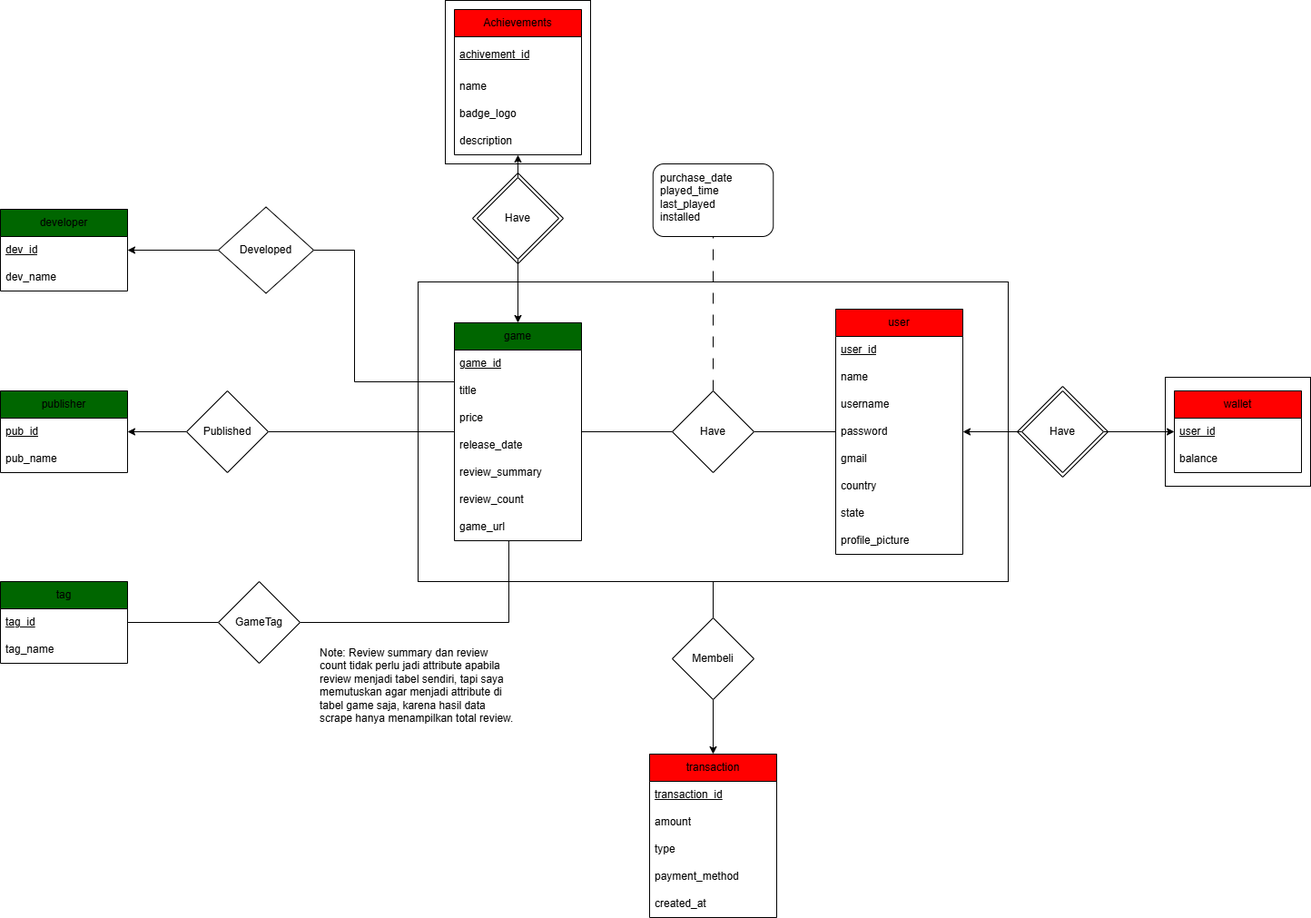
Before: Data Storing/design/ERD.drawio.png, a diagram exported from draw.io (Jerannn24/Seleksi-2026-Tugas-1). Source tidied: cells renumbered, new cells last; positions are measured from the earlier drawing's top-left corner, leaving out a move shared by most shapes.
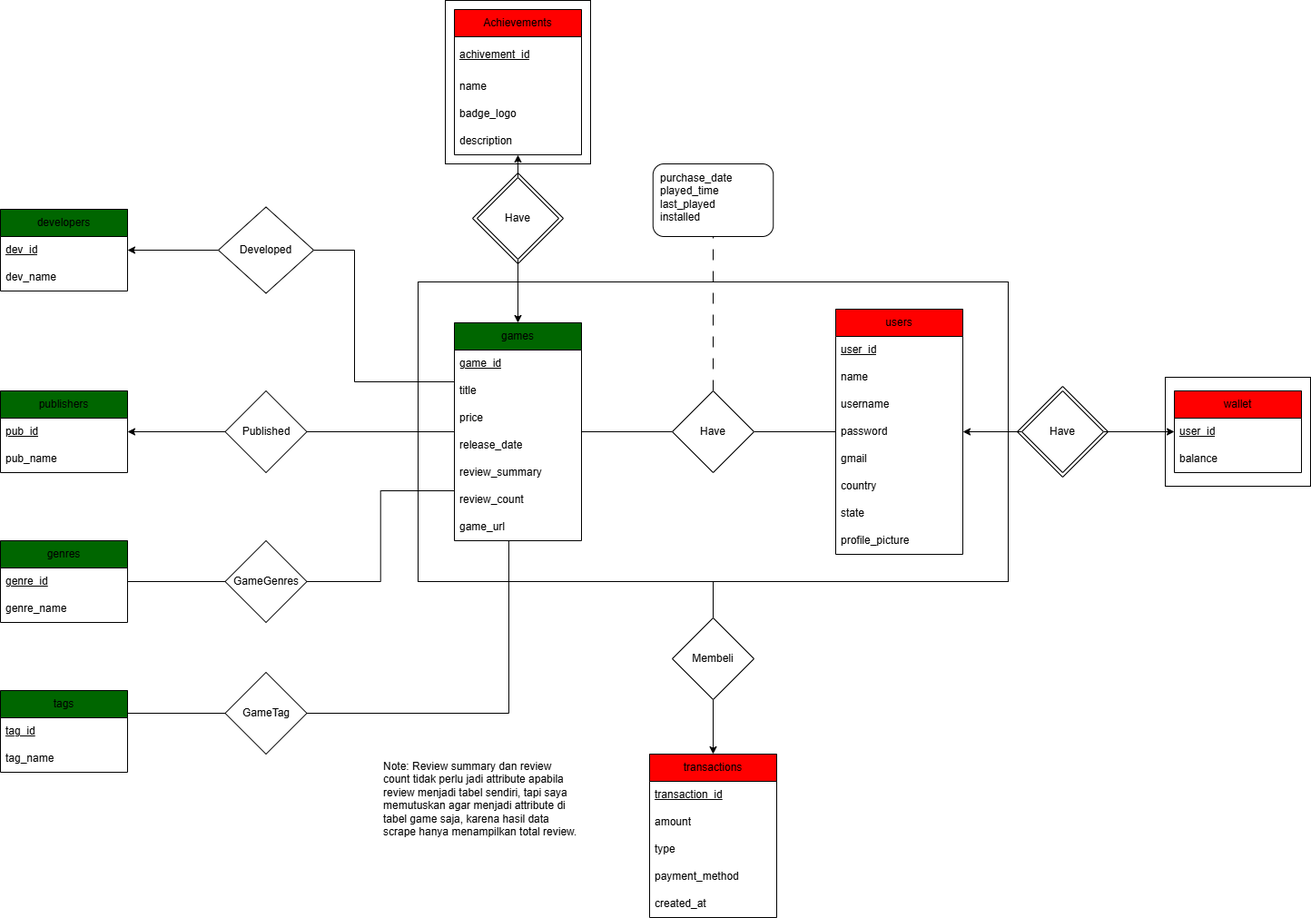
After the commit.

The edit, as a diff of the source:
```diff
@@ -17,7 +17,7 @@
     <mxCell id="6" style="rounded=0;whiteSpace=wrap;html=1;" parent="1" vertex="1">
       <mxGeometry x="460" y="310" width="650" height="330" as="geometry" />
     </mxCell>
-    <mxCell id="7" value="game" style="swimlane;fontStyle=0;horizontal=1;startSize=30;whiteSpace=wrap;html=1;fillColor=light-dark(#006600,#006600);fontColor=default;" parent="1" vertex="1">
+    <mxCell id="7" value="games" style="swimlane;fontStyle=0;horizontal=1;startSize=30;whiteSpace=wrap;html=1;fillColor=light-dark(#006600,#006600);fontColor=default;" parent="1" vertex="1">
       <mxGeometry x="500" y="355" width="140" height="240" as="geometry" />
     </mxCell>
     <mxCell id="8" value="&lt;u&gt;game_id&lt;/u&gt;" style="text;strokeColor=none;fillColor=none;align=left;verticalAlign=middle;spacingLeft=4;spacingRight=4;overflow=hidden;whiteSpace=wrap;html=1;" parent="7" vertex="1">
@@ -41,7 +41,7 @@
     <mxCell id="14" value="game_url" style="text;strokeColor=none;fillColor=none;align=left;verticalAlign=middle;spacingLeft=4;spacingRight=4;overflow=hidden;whiteSpace=wrap;html=1;" parent="7" vertex="1">
       <mxGeometry y="210" width="140" height="30" as="geometry" />
     </mxCell>
-    <mxCell id="15" value="developer" style="swimlane;fontStyle=0;horizontal=1;startSize=30;whiteSpace=wrap;html=1;fillColor=light-dark(#006600,#006600);" parent="1" vertex="1">
+    <mxCell id="15" value="developers" style="swimlane;fontStyle=0;horizontal=1;startSize=30;whiteSpace=wrap;html=1;fillColor=light-dark(#006600,#006600);" parent="1" vertex="1">
       <mxGeometry y="230" width="140" height="90" as="geometry" />
     </mxCell>
     <mxCell id="16" value="&lt;u&gt;dev_id&lt;/u&gt;" style="text;strokeColor=none;fillColor=none;align=left;verticalAlign=middle;spacingLeft=4;spacingRight=4;overflow=hidden;whiteSpace=wrap;html=1;" parent="15" vertex="1">
@@ -50,7 +50,7 @@
     <mxCell id="17" value="dev_name" style="text;strokeColor=none;fillColor=none;align=left;verticalAlign=middle;spacingLeft=4;spacingRight=4;overflow=hidden;whiteSpace=wrap;html=1;" parent="15" vertex="1">
       <mxGeometry y="60" width="140" height="30" as="geometry" />
     </mxCell>
-    <mxCell id="18" value="publisher" style="swimlane;fontStyle=0;horizontal=1;startSize=30;whiteSpace=wrap;html=1;fillColor=light-dark(#006600,#006600);" parent="1" vertex="1">
+    <mxCell id="18" value="publishers" style="swimlane;fontStyle=0;horizontal=1;startSize=30;whiteSpace=wrap;html=1;fillColor=light-dark(#006600,#006600);" parent="1" vertex="1">
       <mxGeometry y="430" width="140" height="90" as="geometry" />
     </mxCell>
     <mxCell id="19" value="&lt;u&gt;pub_id&lt;/u&gt;" style="text;strokeColor=none;fillColor=none;align=left;verticalAlign=middle;spacingLeft=4;spacingRight=4;overflow=hidden;whiteSpace=wrap;html=1;" parent="18" vertex="1">
@@ -59,8 +59,8 @@
     <mxCell id="20" value="pub_name" style="text;strokeColor=none;fillColor=none;align=left;verticalAlign=middle;spacingLeft=4;spacingRight=4;overflow=hidden;whiteSpace=wrap;html=1;" parent="18" vertex="1">
       <mxGeometry y="60" width="140" height="30" as="geometry" />
     </mxCell>
-    <mxCell id="21" value="tag" style="swimlane;fontStyle=0;horizontal=1;startSize=30;whiteSpace=wrap;html=1;fillColor=light-dark(#006600,#006600);" parent="1" vertex="1">
-      <mxGeometry y="640" width="140" height="90" as="geometry" />
+    <mxCell id="21" value="tags" style="swimlane;fontStyle=0;horizontal=1;startSize=30;whiteSpace=wrap;html=1;fillColor=light-dark(#006600,#006600);" parent="1" vertex="1">
+      <mxGeometry y="760" width="140" height="90" as="geometry" />
     </mxCell>
     <mxCell id="22" value="&lt;u&gt;tag_id&lt;/u&gt;" style="text;strokeColor=none;fillColor=none;align=left;verticalAlign=middle;spacingLeft=4;spacingRight=4;overflow=hidden;whiteSpace=wrap;html=1;" parent="21" vertex="1">
       <mxGeometry y="30" width="140" height="30" as="geometry" />
@@ -68,7 +68,7 @@
     <mxCell id="23" value="tag_name" style="text;strokeColor=none;fillColor=none;align=left;verticalAlign=middle;spacingLeft=4;spacingRight=4;overflow=hidden;whiteSpace=wrap;html=1;" parent="21" vertex="1">
       <mxGeometry y="60" width="140" height="30" as="geometry" />
     </mxCell>
-    <mxCell id="24" value="user" style="swimlane;fontStyle=0;horizontal=1;startSize=30;whiteSpace=wrap;html=1;fillColor=light-dark(#FF0000,#FF0000);" parent="1" vertex="1">
+    <mxCell id="24" value="users" style="swimlane;fontStyle=0;horizontal=1;startSize=30;whiteSpace=wrap;html=1;fillColor=light-dark(#FF0000,#FF0000);" parent="1" vertex="1">
       <mxGeometry x="920" y="340" width="140" height="270" as="geometry" />
     </mxCell>
     <mxCell id="25" value="&lt;u&gt;user_id&lt;/u&gt;" style="text;strokeColor=none;fillColor=none;align=left;verticalAlign=middle;spacingLeft=4;spacingRight=4;overflow=hidden;whiteSpace=wrap;html=1;" parent="24" vertex="1">
@@ -104,7 +104,7 @@
     <mxCell id="35" value="balance" style="text;strokeColor=none;fillColor=none;align=left;verticalAlign=middle;spacingLeft=4;spacingRight=4;overflow=hidden;whiteSpace=wrap;html=1;" parent="33" vertex="1">
       <mxGeometry y="60" width="140" height="30" as="geometry" />
     </mxCell>
-    <mxCell id="36" value="transaction" style="swimlane;fontStyle=0;horizontal=1;startSize=30;whiteSpace=wrap;html=1;fillColor=light-dark(#FF0000,#FF0000);" parent="1" vertex="1">
+    <mxCell id="36" value="transactions" style="swimlane;fontStyle=0;horizontal=1;startSize=30;whiteSpace=wrap;html=1;fillColor=light-dark(#FF0000,#FF0000);" parent="1" vertex="1">
       <mxGeometry x="715" y="830" width="140" height="180" as="geometry" />
     </mxCell>
     <mxCell id="37" value="&lt;u&gt;transaction_id&lt;/u&gt;" style="text;strokeColor=none;fillColor=none;align=left;verticalAlign=middle;spacingLeft=4;spacingRight=4;overflow=hidden;whiteSpace=wrap;html=1;" parent="36" vertex="1">
@@ -129,20 +129,24 @@
       <mxGeometry relative="1" as="geometry" />
     </mxCell>
     <mxCell id="44" value="Published" style="rhombus;whiteSpace=wrap;html=1;" parent="1" vertex="1">
-      <mxGeometry x="205" y="430" width="90" height="90" as="geometry" />
+      <mxGeometry x="247.5" y="430" width="90" height="90" as="geometry" />
     </mxCell>
     <mxCell id="45" style="edgeStyle=orthogonalEdgeStyle;rounded=0;jettySize=auto;html=1;endArrow=none;endFill=0;" parent="1" edge="1" source="47" target="21">
-      <mxGeometry relative="1" as="geometry" />
+      <mxGeometry relative="1" as="geometry">
+        <Array as="points">
+          <mxPoint x="285" y="800" />
+        </Array>
+      </mxGeometry>
     </mxCell>
     <mxCell id="46" style="edgeStyle=orthogonalEdgeStyle;rounded=0;jettySize=auto;html=1;endArrow=none;endFill=0;" parent="1" edge="1" source="47" target="7">
       <mxGeometry relative="1" as="geometry">
         <Array as="points">
-          <mxPoint x="560" y="685" />
+          <mxPoint x="560" y="785" />
         </Array>
       </mxGeometry>
     </mxCell>
     <mxCell id="47" value="GameTag" style="rhombus;whiteSpace=wrap;html=1;" parent="1" vertex="1">
-      <mxGeometry x="240" y="640" width="90" height="90" as="geometry" />
+      <mxGeometry x="247.5" y="740" width="90" height="90" as="geometry" />
     </mxCell>
     <mxCell id="48" style="edgeStyle=orthogonalEdgeStyle;rounded=0;jettySize=auto;html=1;" parent="1" edge="1" source="50" target="15">
       <mxGeometry relative="1" as="geometry" />
@@ -186,7 +190,7 @@
       <mxGeometry x="740" y="430" width="90" height="90" as="geometry" />
     </mxCell>
     <mxCell id="60" value="Note: Review summary dan review count tidak perlu jadi attribute apabila review menjadi tabel sendiri, tapi saya memutuskan agar menjadi attribute di tabel game saja, karena hasil data scrape hanya menampilkan total review.&amp;nbsp;&lt;div&gt;&lt;br&gt;&lt;/div&gt;" style="text;html=1;whiteSpace=wrap;strokeColor=none;fillColor=none;align=left;verticalAlign=top;rounded=0;" parent="1" vertex="1">
-      <mxGeometry x="350" y="705" width="220" height="105" as="geometry" />
+      <mxGeometry x="420" y="830" width="220" height="105" as="geometry" />
     </mxCell>
     <mxCell id="61" value="purchase_date&lt;div&gt;played_time&lt;/div&gt;&lt;div&gt;last_played&lt;/div&gt;&lt;div&gt;installed&lt;/div&gt;" style="rounded=1;whiteSpace=wrap;html=1;align=left;verticalAlign=top;spacing=4;spacingLeft=4;" parent="1" vertex="1">
       <mxGeometry x="718.8" y="180" width="132.5" height="80" as="geometry" />
@@ -218,5 +222,28 @@
     <mxCell id="70" value="Have" style="rhombus;whiteSpace=wrap;html=1;" parent="1" vertex="1">
       <mxGeometry x="525" y="195" width="90" height="90" as="geometry" />
     </mxCell>
+    <mxCell id="71" value="genres" style="swimlane;fontStyle=0;horizontal=1;startSize=30;whiteSpace=wrap;html=1;fillColor=light-dark(#006600,#006600);" parent="1" vertex="1">
+      <mxGeometry y="595" width="140" height="90" as="geometry" />
+    </mxCell>
+    <mxCell id="72" value="&lt;u&gt;genre_id&lt;/u&gt;" style="text;strokeColor=none;fillColor=none;align=left;verticalAlign=middle;spacingLeft=4;spacingRight=4;overflow=hidden;whiteSpace=wrap;html=1;" parent="71" vertex="1">
+      <mxGeometry y="30" width="140" height="30" as="geometry" />
+    </mxCell>
+    <mxCell id="73" value="genre_name" style="text;strokeColor=none;fillColor=none;align=left;verticalAlign=middle;spacingLeft=4;spacingRight=4;overflow=hidden;whiteSpace=wrap;html=1;" parent="71" vertex="1">
+      <mxGeometry y="60" width="140" height="30" as="geometry" />
+    </mxCell>
+    <mxCell id="74" style="edgeStyle=orthogonalEdgeStyle;rounded=0;jettySize=auto;html=1;endArrow=none;endFill=0;" parent="1" edge="1" source="76" target="71">
+      <mxGeometry relative="1" as="geometry" />
+    </mxCell>
+    <mxCell id="75" style="edgeStyle=orthogonalEdgeStyle;rounded=0;jettySize=auto;html=1;endArrow=none;endFill=0;" parent="1" edge="1" source="76" target="7">
+      <mxGeometry relative="1" as="geometry">
+        <Array as="points">
+          <mxPoint x="418.7" y="640" />
+          <mxPoint x="418.7" y="540" />
+        </Array>
+      </mxGeometry>
+    </mxCell>
+    <mxCell id="76" value="GameGenres" style="rhombus;whiteSpace=wrap;html=1;" parent="1" vertex="1">
+      <mxGeometry x="247.5" y="595" width="90" height="90" as="geometry" />
+    </mxCell>
   </root>
 </mxGraphModel>
```
